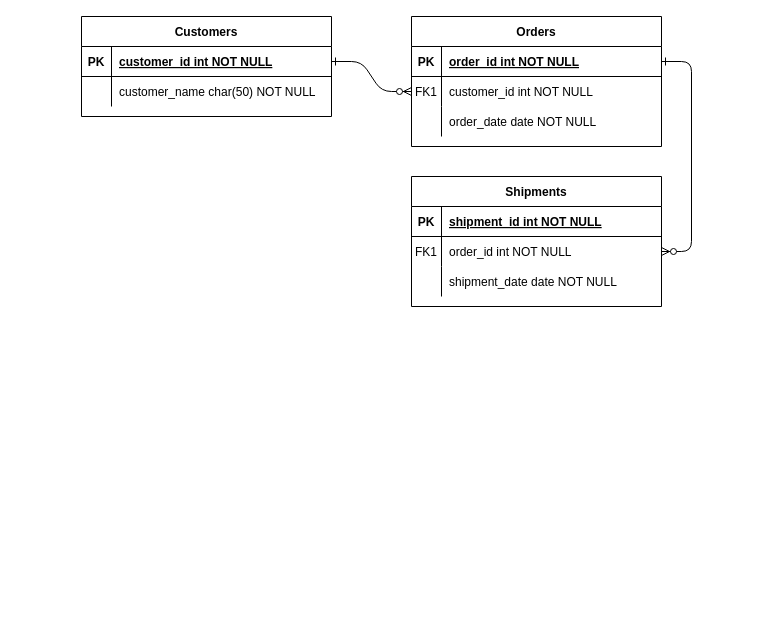
javiocu/codigosamurai keeps this draw.io diagram as Diagrama sin título.drawio. Above is the earlier version. Source tidied: cells renumbered, new cells numbered last; positions are measured from the earlier drawing's top-left corner, leaving out a move shared by most shapes. Both pictures are drawn from the tidied source at 100%, with x=0, y=0 at pixel (81, 16).
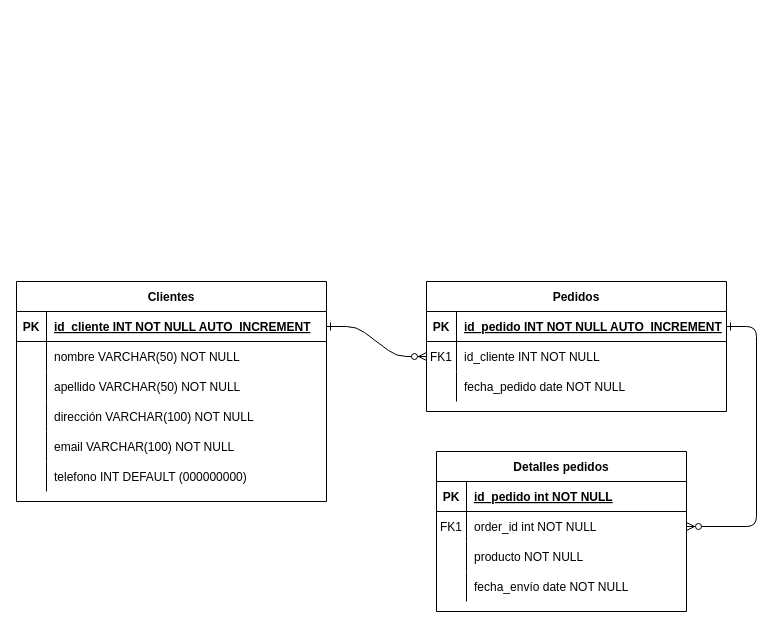
After the change.

The change refers to these unchanged cells:
```xml
<mxCell id="15" style="shape=partialRectangle;fillColor=none;top=0;left=0;right=0;bottom=1;" parent="14" vertex="1">
  <mxGeometry y="30" width="250" height="30" as="geometry" />
</mxCell>
```

What changed in the source:
```diff
@@
-    <mxCell id="4" value="Orders" style="shape=table;startSize=30;childLayout=tableLayout;rowLines=0;fontStyle=1;align=center;" parent="1" vertex="1">
-      <mxGeometry x="330" width="250" height="130" as="geometry" />
+    <mxCell id="4" value="Pedidos" style="shape=table;startSize=30;childLayout=tableLayout;rowLines=0;fontStyle=1;align=center;" parent="1" vertex="1">
+      <mxGeometry x="345" y="265" width="300" height="130" as="geometry" />
     </mxCell>
     <mxCell id="5" style="shape=partialRectangle;fillColor=none;points=[[0,0.5],[1,0.5]];portConstraint=eastwest;top=0;left=0;right=0;bottom=1;" parent="4" vertex="1">
-      <mxGeometry y="30" width="250" height="30" as="geometry" />
+      <mxGeometry y="30" width="300" height="30" as="geometry" />
     </mxCell>
@@
-    <mxCell id="7" value="order_id int NOT NULL " style="shape=partialRectangle;overflow=hidden;fillColor=none;top=0;left=0;bottom=0;right=0;align=left;spacingLeft=6;fontStyle=5;" parent="5" vertex="1">
-      <mxGeometry x="30" width="220" height="30" as="geometry" />
+    <mxCell id="7" value="id_pedido INT NOT NULL AUTO_INCREMENT" style="shape=partialRectangle;overflow=hidden;fillColor=none;top=0;left=0;bottom=0;right=0;align=left;spacingLeft=6;fontStyle=5;" parent="5" vertex="1">
+      <mxGeometry x="30" width="270" height="30" as="geometry" />
     </mxCell>
     <mxCell id="8" style="shape=partialRectangle;fillColor=none;points=[[0,0.5],[1,0.5]];portConstraint=eastwest;top=0;left=0;right=0;bottom=0;" parent="4" vertex="1">
-      <mxGeometry y="60" width="250" height="30" as="geometry" />
+      <mxGeometry y="60" width="300" height="30" as="geometry" />
     </mxCell>
@@
-    <mxCell id="10" value="customer_id int NOT NULL" style="shape=partialRectangle;overflow=hidden;fillColor=none;top=0;left=0;bottom=0;right=0;align=left;spacingLeft=6;" parent="8" vertex="1">
-      <mxGeometry x="30" width="220" height="30" as="geometry" />
+    <mxCell id="10" value="id_cliente INT NOT NULL" style="shape=partialRectangle;overflow=hidden;fillColor=none;top=0;left=0;bottom=0;right=0;align=left;spacingLeft=6;" parent="8" vertex="1">
+      <mxGeometry x="30" width="270" height="30" as="geometry" />
     </mxCell>
     <mxCell id="11" style="shape=partialRectangle;fillColor=none;top=0;left=0;right=0;bottom=0;" parent="4" vertex="1">
-      <mxGeometry y="90" width="250" height="30" as="geometry" />
+      <mxGeometry y="90" width="300" height="30" as="geometry" />
     </mxCell>
@@
-    <mxCell id="13" value="order_date date NOT NULL" style="shape=partialRectangle;overflow=hidden;fillColor=none;top=0;left=0;bottom=0;right=0;align=left;spacingLeft=6;" parent="11" vertex="1">
-      <mxGeometry x="30" width="220" height="30" as="geometry" />
+    <mxCell id="13" value="fecha_pedido date NOT NULL" style="shape=partialRectangle;overflow=hidden;fillColor=none;top=0;left=0;bottom=0;right=0;align=left;spacingLeft=6;" parent="11" vertex="1">
+      <mxGeometry x="30" width="270" height="30" as="geometry" />
     </mxCell>
-    <mxCell id="14" value="Shipments" style="shape=table;startSize=30;childLayout=tableLayout;rowLines=0;fontStyle=1;align=center;" parent="1" vertex="1">
-      <mxGeometry x="330" y="160" width="250" height="130" as="geometry" />
+    <mxCell id="14" value="Detalles pedidos" style="shape=table;startSize=30;childLayout=tableLayout;rowLines=0;fontStyle=1;align=center;" parent="1" vertex="1">
+      <mxGeometry x="355" y="435" width="250" height="160" as="geometry" />
     </mxCell>
@@
-    <mxCell id="17" value="shipment_id int NOT NULL " style="shape=partialRectangle;overflow=hidden;fillColor=none;top=0;left=0;bottom=0;right=0;align=left;spacingLeft=6;fontStyle=5;" parent="15" vertex="1">
+    <mxCell id="17" value="id_pedido int NOT NULL" style="shape=partialRectangle;overflow=hidden;fillColor=none;top=0;left=0;bottom=0;right=0;align=left;spacingLeft=6;fontStyle=5;" parent="15" vertex="1">
       <mxGeometry x="30" width="220" height="30" as="geometry" />
     </mxCell>
@@
+    <mxCell id="31" style="shape=partialRectangle;fillColor=none;top=0;left=0;right=0;bottom=0;" parent="14" vertex="1">
+      <mxGeometry y="90" width="250" height="30" as="geometry" />
+    </mxCell>
+    <mxCell id="32" style="shape=partialRectangle;overflow=hidden;fillColor=none;top=0;left=0;bottom=0;right=0;" parent="31" vertex="1">
+      <mxGeometry width="30" height="30" as="geometry" />
+    </mxCell>
+    <mxCell id="33" value="producto NOT NULL" style="shape=partialRectangle;overflow=hidden;fillColor=none;top=0;left=0;bottom=0;right=0;align=left;spacingLeft=6;" parent="31" vertex="1">
+      <mxGeometry x="30" width="220" height="30" as="geometry" />
+    </mxCell>
     <mxCell id="21" style="shape=partialRectangle;fillColor=none;top=0;left=0;right=0;bottom=0;" parent="14" vertex="1">
-      <mxGeometry y="90" width="250" height="30" as="geometry" />
+      <mxGeometry y="120" width="250" height="30" as="geometry" />
     </mxCell>
@@
-    <mxCell id="23" value="shipment_date date NOT NULL" style="shape=partialRectangle;overflow=hidden;fillColor=none;top=0;left=0;bottom=0;right=0;align=left;spacingLeft=6;" parent="21" vertex="1">
+    <mxCell id="23" value="fecha_envío date NOT NULL" style="shape=partialRectangle;overflow=hidden;fillColor=none;top=0;left=0;bottom=0;right=0;align=left;spacingLeft=6;" parent="21" vertex="1">
       <mxGeometry x="30" width="220" height="30" as="geometry" />
     </mxCell>
-    <mxCell id="24" value="Customers" style="shape=table;startSize=30;childLayout=tableLayout;rowLines=0;fontStyle=1;align=center;" parent="1" vertex="1">
-      <mxGeometry width="250" height="100" as="geometry" />
+    <mxCell id="24" value="Clientes" style="shape=table;startSize=30;childLayout=tableLayout;rowLines=0;fontStyle=1;align=center;" parent="1" vertex="1">
+      <mxGeometry x="-65" y="265" width="310" height="220" as="geometry" />
     </mxCell>
     <mxCell id="25" style="shape=partialRectangle;fillColor=none;points=[[0,0.5],[1,0.5]];portConstraint=eastwest;top=0;left=0;right=0;bottom=1;" parent="24" vertex="1">
-      <mxGeometry y="30" width="250" height="30" as="geometry" />
+      <mxGeometry y="30" width="310" height="30" as="geometry" />
     </mxCell>
@@
-    <mxCell id="27" value="customer_id int NOT NULL " style="shape=partialRectangle;overflow=hidden;fillColor=none;top=0;left=0;bottom=0;right=0;align=left;spacingLeft=6;fontStyle=5;" parent="25" vertex="1">
-      <mxGeometry x="30" width="220" height="30" as="geometry" />
+    <mxCell id="27" value="id_cliente INT NOT NULL AUTO_INCREMENT" style="shape=partialRectangle;overflow=hidden;fillColor=none;top=0;left=0;bottom=0;right=0;align=left;spacingLeft=6;fontStyle=5;" parent="25" vertex="1">
+      <mxGeometry x="30" width="280" height="30" as="geometry" />
     </mxCell>
+    <mxCell id="34" style="shape=partialRectangle;fillColor=none;top=0;left=0;right=0;bottom=0;" parent="24" vertex="1">
+      <mxGeometry y="60" width="310" height="30" as="geometry" />
+    </mxCell>
+    <mxCell id="35" style="shape=partialRectangle;overflow=hidden;fillColor=none;top=0;left=0;bottom=0;right=0;" parent="34" vertex="1">
+      <mxGeometry width="30" height="30" as="geometry" />
+    </mxCell>
+    <mxCell id="36" value="nombre VARCHAR(50) NOT NULL" style="shape=partialRectangle;overflow=hidden;fillColor=none;top=0;left=0;bottom=0;right=0;align=left;spacingLeft=6;" parent="34" vertex="1">
+      <mxGeometry x="30" width="280" height="30" as="geometry" />
+    </mxCell>
+    <mxCell id="37" style="shape=partialRectangle;fillColor=none;top=0;left=0;right=0;bottom=0;" parent="24" vertex="1">
+      <mxGeometry y="90" width="310" height="30" as="geometry" />
+    </mxCell>
+    <mxCell id="38" style="shape=partialRectangle;overflow=hidden;fillColor=none;top=0;left=0;bottom=0;right=0;" parent="37" vertex="1">
+      <mxGeometry width="30" height="30" as="geometry" />
+    </mxCell>
+    <mxCell id="39" value="apellido VARCHAR(50) NOT NULL" style="shape=partialRectangle;overflow=hidden;fillColor=none;top=0;left=0;bottom=0;right=0;align=left;spacingLeft=6;" parent="37" vertex="1">
+      <mxGeometry x="30" width="280" height="30" as="geometry" />
+    </mxCell>
+    <mxCell id="40" style="shape=partialRectangle;fillColor=none;top=0;left=0;right=0;bottom=0;" parent="24" vertex="1">
+      <mxGeometry y="120" width="310" height="30" as="geometry" />
+    </mxCell>
+    <mxCell id="41" style="shape=partialRectangle;overflow=hidden;fillColor=none;top=0;left=0;bottom=0;right=0;" parent="40" vertex="1">
+      <mxGeometry width="30" height="30" as="geometry" />
+    </mxCell>
+    <mxCell id="42" value="dirección VARCHAR(100) NOT NULL" style="shape=partialRectangle;overflow=hidden;fillColor=none;top=0;left=0;bottom=0;right=0;align=left;spacingLeft=6;" parent="40" vertex="1">
+      <mxGeometry x="30" width="280" height="30" as="geometry" />
+    </mxCell>
+    <mxCell id="43" style="shape=partialRectangle;fillColor=none;top=0;left=0;right=0;bottom=0;" parent="24" vertex="1">
+      <mxGeometry y="150" width="310" height="30" as="geometry" />
+    </mxCell>
+    <mxCell id="44" style="shape=partialRectangle;overflow=hidden;fillColor=none;top=0;left=0;bottom=0;right=0;" parent="43" vertex="1">
+      <mxGeometry width="30" height="30" as="geometry" />
+    </mxCell>
+    <mxCell id="45" value="email VARCHAR(100) NOT NULL" style="shape=partialRectangle;overflow=hidden;fillColor=none;top=0;left=0;bottom=0;right=0;align=left;spacingLeft=6;" parent="43" vertex="1">
+      <mxGeometry x="30" width="280" height="30" as="geometry" />
+    </mxCell>
     <mxCell id="28" style="shape=partialRectangle;fillColor=none;top=0;left=0;right=0;bottom=0;" parent="24" vertex="1">
-      <mxGeometry y="60" width="250" height="30" as="geometry" />
+      <mxGeometry y="180" width="310" height="30" as="geometry" />
     </mxCell>
@@
-    <mxCell id="30" value="customer_name char(50) NOT NULL" style="shape=partialRectangle;overflow=hidden;fillColor=none;top=0;left=0;bottom=0;right=0;align=left;spacingLeft=6;" parent="28" vertex="1">
-      <mxGeometry x="30" width="220" height="30" as="geometry" />
+    <mxCell id="30" value="telefono INT DEFAULT (000000000)" style="shape=partialRectangle;overflow=hidden;fillColor=none;top=0;left=0;bottom=0;right=0;align=left;spacingLeft=6;" parent="28" vertex="1">
+      <mxGeometry x="30" width="280" height="30" as="geometry" />
     </mxCell>
```
